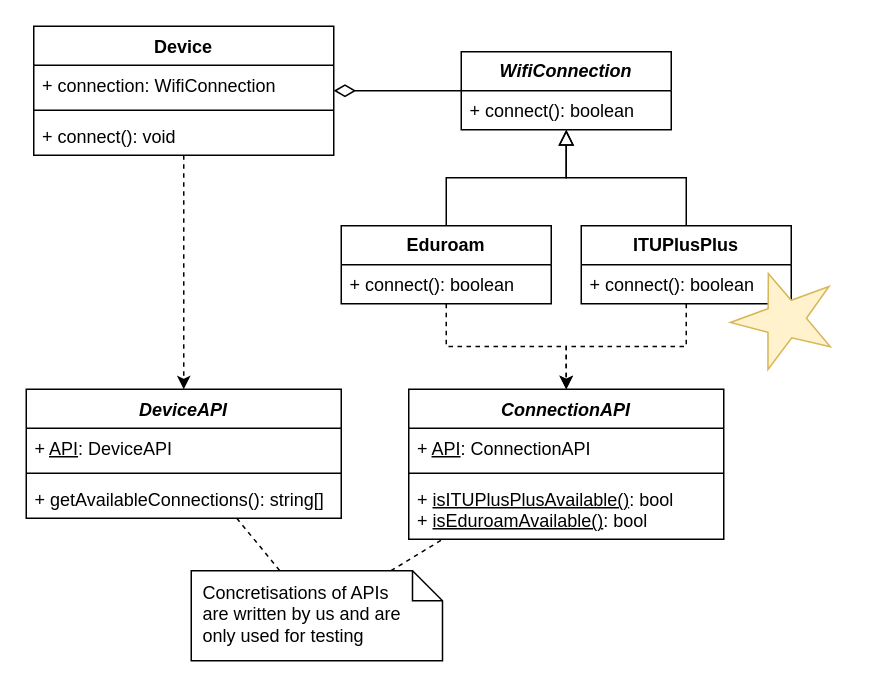
Before: page "class" (1 of 2) of java-src/Experiment1/img/UML-diagrams.drawio in TheisHS/Thesis, a draw.io diagram. Source tidied: cells renumbered, new cells numbered last; positions are measured from the earlier drawing's top-left corner, leaving out a move shared by most shapes. Both pictures are drawn from the tidied source at 150%, with x=0, y=0 at pixel (26, 26).
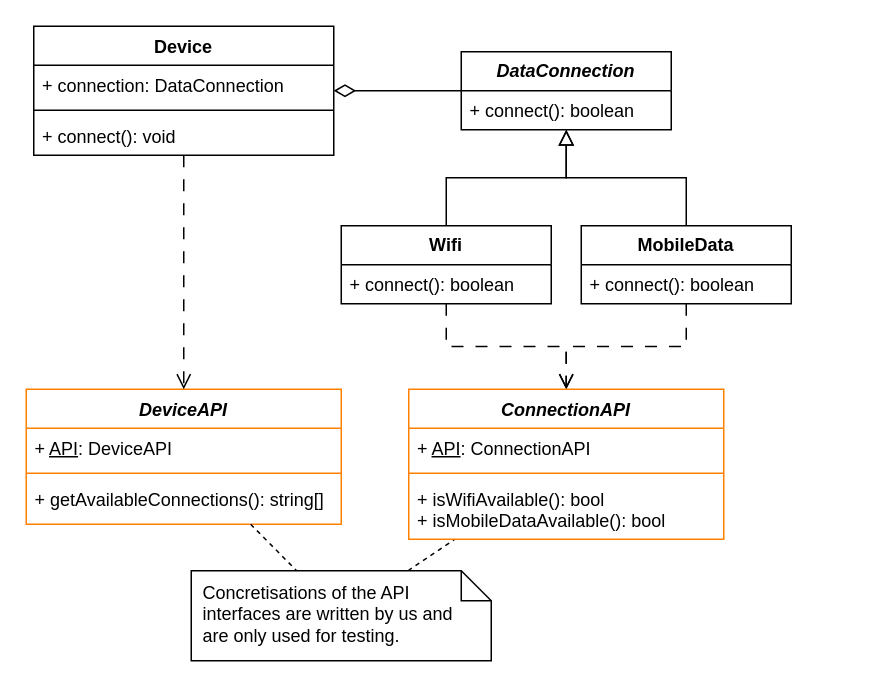
The same diagram, later.

Unchanged cells that the change refers to:
```xml
<mxCell id="14" value="Device" style="swimlane;fontStyle=1;align=center;verticalAlign=top;horizontal=1;startSize=26;whiteSpace=wrap;html=1;hachureGap=4;fontFamily=Helvetica;" parent="1" vertex="1">
  <mxGeometry x="5" width="200" height="86" as="geometry" />
</mxCell>
```

What changed in the source:
```diff
@@
-    <mxCell id="2" value="&lt;i&gt;DeviceAPI&lt;/i&gt;" style="swimlane;fontStyle=1;align=center;verticalAlign=top;horizontal=1;startSize=26;whiteSpace=wrap;html=1;hachureGap=4;fontFamily=Helvetica;" parent="1" vertex="1">
-      <mxGeometry y="242" width="210" height="86" as="geometry" />
+    <mxCell id="2" value="&lt;i&gt;DeviceAPI&lt;/i&gt;" style="swimlane;fontStyle=1;align=center;verticalAlign=top;horizontal=1;startSize=26;whiteSpace=wrap;html=1;hachureGap=4;fontFamily=Helvetica;strokeColor=#FF8000;" parent="1" vertex="1">
+      <mxGeometry y="242" width="210" height="90" as="geometry" />
     </mxCell>
@@
     <mxCell id="5" value="+&amp;nbsp;getAvailableConnections(): string[]" style="text;strokeColor=none;fillColor=none;align=left;verticalAlign=top;spacingLeft=4;spacingRight=4;overflow=hidden;whiteSpace=wrap;html=1;fontFamily=Helvetica;" parent="2" vertex="1">
-      <mxGeometry y="60" width="210" height="26" as="geometry" />
+      <mxGeometry y="60" width="210" height="30" as="geometry" />
     </mxCell>
@@
-    <mxCell id="8" style="edgeStyle=orthogonalEdgeStyle;rounded=0;hachureGap=4;jettySize=auto;html=1;fontFamily=Helvetica;dashed=1;" parent="1" edge="1" source="18" target="26">
+    <mxCell id="8" style="edgeStyle=orthogonalEdgeStyle;rounded=0;hachureGap=4;jettySize=auto;html=1;fontFamily=Helvetica;dashed=1;endArrow=open;endFill=0;endSize=8;startSize=8;dashPattern=8 8;" parent="1" edge="1" source="18" target="26">
       <mxGeometry relative="1" as="geometry" />
     </mxCell>
@@
-    <mxCell id="10" style="edgeStyle=orthogonalEdgeStyle;rounded=0;hachureGap=4;jettySize=auto;html=1;fontFamily=Helvetica;dashed=1;" parent="1" edge="1" source="20" target="26">
+    <mxCell id="10" style="edgeStyle=orthogonalEdgeStyle;rounded=0;hachureGap=4;jettySize=auto;html=1;fontFamily=Helvetica;dashed=1;endArrow=open;endFill=0;endSize=8;startSize=8;dashPattern=8 8;" parent="1" edge="1" source="20" target="26">
       <mxGeometry relative="1" as="geometry" />
     </mxCell>
-    <mxCell id="11" value="&lt;b&gt;&lt;i&gt;WifiConnection&lt;/i&gt;&lt;/b&gt;" style="swimlane;fontStyle=0;horizontal=1;startSize=26;whiteSpace=wrap;html=1;hachureGap=4;fontFamily=Helvetica;labelBackgroundColor=none;" parent="1" vertex="1">
+    <mxCell id="11" value="&lt;b&gt;&lt;i&gt;DataConnection&lt;/i&gt;&lt;/b&gt;" style="swimlane;fontStyle=0;horizontal=1;startSize=26;whiteSpace=wrap;html=1;hachureGap=4;fontFamily=Helvetica;labelBackgroundColor=none;" parent="1" vertex="1">
       <mxGeometry x="290" y="17" width="140" height="52" as="geometry" />
     </mxCell>
@@
-    <mxCell id="13" style="edgeStyle=orthogonalEdgeStyle;rounded=0;hachureGap=4;jettySize=auto;html=1;fontFamily=Helvetica;dashed=1;" parent="1" edge="1" source="14" target="2">
+    <mxCell id="13" style="edgeStyle=orthogonalEdgeStyle;rounded=0;hachureGap=4;jettySize=auto;html=1;fontFamily=Helvetica;dashed=1;endArrow=open;endFill=0;endSize=8;startSize=8;dashPattern=8 8;" parent="1" edge="1" source="14" target="2">
       <mxGeometry relative="1" as="geometry" />
     </mxCell>
@@
-    <mxCell id="15" value="+ connection: WifiConnection" style="text;strokeColor=none;fillColor=none;align=left;verticalAlign=top;spacingLeft=4;spacingRight=4;overflow=hidden;whiteSpace=wrap;html=1;fontFamily=Helvetica;" parent="14" vertex="1">
+    <mxCell id="15" value="+ connection: DataConnection" style="text;strokeColor=none;fillColor=none;align=left;verticalAlign=top;spacingLeft=4;spacingRight=4;overflow=hidden;whiteSpace=wrap;html=1;fontFamily=Helvetica;" parent="14" vertex="1">
       <mxGeometry y="26" width="200" height="26" as="geometry" />
     </mxCell>
@@
-    <mxCell id="18" value="&lt;b&gt;Eduroam&lt;/b&gt;" style="swimlane;fontStyle=0;horizontal=1;startSize=26;whiteSpace=wrap;html=1;hachureGap=4;fontFamily=Helvetica;labelBackgroundColor=none;" parent="1" vertex="1">
+    <mxCell id="18" value="&lt;b&gt;Wifi&lt;/b&gt;" style="swimlane;fontStyle=0;horizontal=1;startSize=26;whiteSpace=wrap;html=1;hachureGap=4;fontFamily=Helvetica;labelBackgroundColor=none;" parent="1" vertex="1">
       <mxGeometry x="210" y="133" width="140" height="52" as="geometry" />
     </mxCell>
@@
-    <mxCell id="20" value="&lt;b&gt;ITUPlusPlus&lt;/b&gt;" style="swimlane;fontStyle=0;horizontal=1;startSize=26;whiteSpace=wrap;html=1;hachureGap=4;fontFamily=Helvetica;labelBackgroundColor=none;" parent="1" vertex="1">
+    <mxCell id="20" value="&lt;b&gt;MobileData&lt;/b&gt;" style="swimlane;fontStyle=0;horizontal=1;startSize=26;whiteSpace=wrap;html=1;hachureGap=4;fontFamily=Helvetica;labelBackgroundColor=none;" parent="1" vertex="1">
       <mxGeometry x="370" y="133" width="140" height="52" as="geometry" />
     </mxCell>
@@
-    <mxCell id="22" style="verticalLabelPosition=bottom;verticalAlign=top;html=1;shape=mxgraph.basic.star;hachureGap=4;fontFamily=Helvetica;fillColor=#fff2cc;strokeColor=#d6b656;rotation=-20;" parent="1" vertex="1">
-      <mxGeometry x="470" y="163" width="70" height="60" as="geometry" />
-    </mxCell>
@@
-    <mxCell id="24" value="Concretisations of APIs are written by us&amp;nbsp;&lt;span style=&quot;background-color: transparent; color: light-dark(rgb(0, 0, 0), rgb(255, 255, 255));&quot;&gt;and are only used for testing&lt;/span&gt;" style="shape=note;size=20;whiteSpace=wrap;html=1;hachureGap=4;fontFamily=Helvetica;align=left;spacingLeft=6;spacingBottom=6;spacingTop=3;spacingRight=17;" parent="1" vertex="1">
-      <mxGeometry x="110" y="363" width="167.5" height="60" as="geometry" />
+    <mxCell id="24" value="Concretisations of the API interfaces are written by us&amp;nbsp;&lt;span style=&quot;background-color: transparent; color: light-dark(rgb(0, 0, 0), rgb(255, 255, 255));&quot;&gt;and are only used for testing.&lt;/span&gt;" style="shape=note;size=20;whiteSpace=wrap;html=1;hachureGap=4;fontFamily=Helvetica;align=left;spacingLeft=6;spacingBottom=6;spacingTop=3;spacingRight=21;" parent="1" vertex="1">
+      <mxGeometry x="110" y="363" width="200" height="60" as="geometry" />
     </mxCell>
@@
-    <mxCell id="26" value="&lt;i&gt;ConnectionAPI&lt;/i&gt;" style="swimlane;fontStyle=1;align=center;verticalAlign=top;horizontal=1;startSize=26;whiteSpace=wrap;html=1;hachureGap=4;fontFamily=Helvetica;" parent="1" vertex="1">
+    <mxCell id="26" value="&lt;i&gt;ConnectionAPI&lt;/i&gt;" style="swimlane;fontStyle=1;align=center;verticalAlign=top;horizontal=1;startSize=26;whiteSpace=wrap;html=1;hachureGap=4;fontFamily=Helvetica;strokeColor=#FF8000;" parent="1" vertex="1">
       <mxGeometry x="255" y="242" width="210" height="100" as="geometry" />
     </mxCell>
@@
-    <mxCell id="29" value="+&amp;nbsp;&lt;u&gt;isITUPlusPlusAvailable()&lt;/u&gt;: boo&lt;span style=&quot;color: light-dark(rgb(0, 0, 0), rgb(255, 255, 255)); background-color: transparent;&quot;&gt;l&lt;/span&gt;&lt;div&gt;&lt;span style=&quot;background-color: transparent; color: light-dark(rgb(0, 0, 0), rgb(255, 255, 255));&quot;&gt;+&amp;nbsp;&lt;u&gt;isEduroamAvailable()&lt;/u&gt;: bool&lt;/span&gt;&lt;/div&gt;" style="text;strokeColor=none;fillColor=none;align=left;verticalAlign=top;spacingLeft=4;spacingRight=4;overflow=hidden;whiteSpace=wrap;html=1;fontFamily=Helvetica;" parent="26" vertex="1">
+    <mxCell id="29" value="+&amp;nbsp;isWifiAvailable(): boo&lt;span style=&quot;color: light-dark(rgb(0, 0, 0), rgb(255, 255, 255)); background-color: transparent;&quot;&gt;l&lt;/span&gt;&lt;div&gt;&lt;span style=&quot;background-color: transparent; color: light-dark(rgb(0, 0, 0), rgb(255, 255, 255));&quot;&gt;+&amp;nbsp;isMobileDataAvailable(): bool&lt;/span&gt;&lt;/div&gt;" style="text;strokeColor=none;fillColor=none;align=left;verticalAlign=top;spacingLeft=4;spacingRight=4;overflow=hidden;whiteSpace=wrap;html=1;fontFamily=Helvetica;" parent="26" vertex="1">
       <mxGeometry y="60" width="210" height="40" as="geometry" />
     </mxCell>
```
